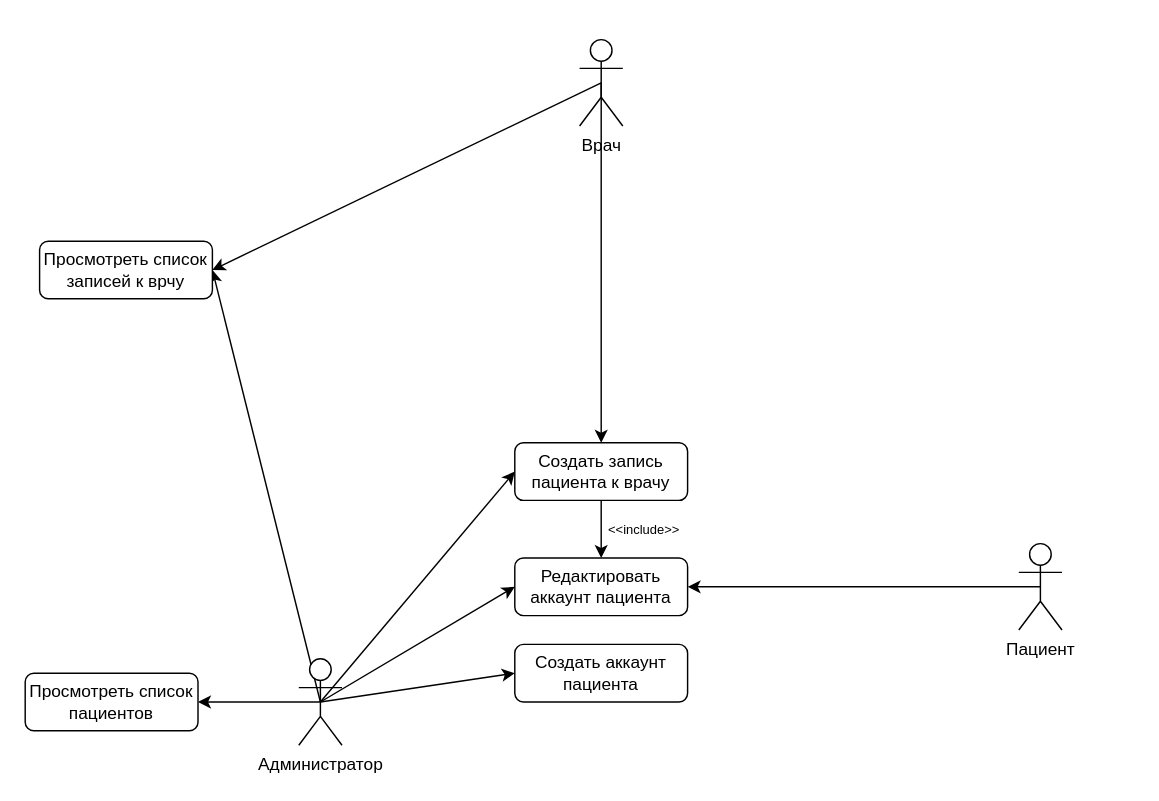
The draw.io diagram use case.drawio in arturyumaev/Bachelor-Diploma-Docs, before the edit. Source tidied: cells renumbered, new cells numbered last; positions are measured from the earlier drawing's top-left corner, leaving out a move shared by most shapes. Both pictures are drawn from the tidied source at 144%, with x=0, y=0 at pixel (24, 39).
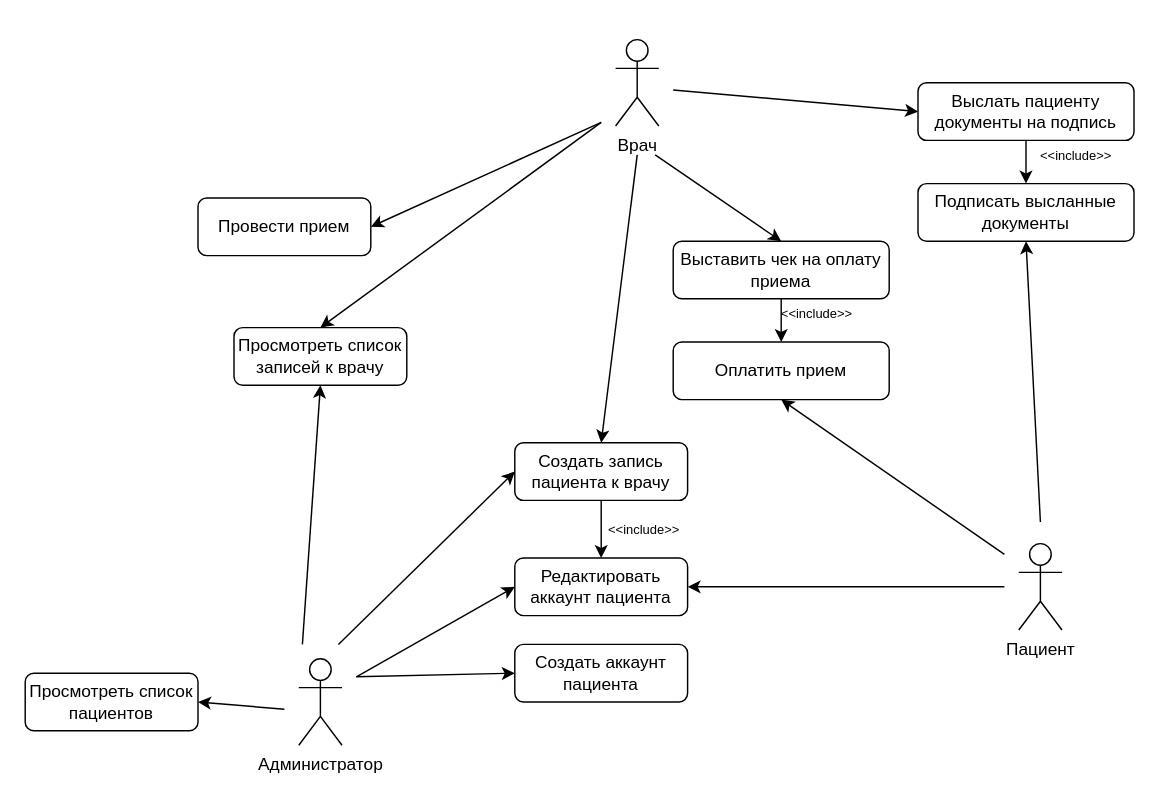
After the change.

Unchanged cells that the change refers to:
```xml
<mxCell id="6" value="Пациент" style="shape=umlActor;verticalLabelPosition=bottom;verticalAlign=top;html=1;outlineConnect=0;" parent="1" vertex="1">
  <mxGeometry x="690" y="350" width="30" height="60" as="geometry" />
</mxCell>
<mxCell id="12" value="Администратор" style="shape=umlActor;verticalLabelPosition=bottom;verticalAlign=top;html=1;outlineConnect=0;" parent="1" vertex="1">
  <mxGeometry x="190" y="430" width="30" height="60" as="geometry" />
</mxCell>
<mxCell id="13" value="Создать аккаунт пациента" style="rounded=1;whiteSpace=wrap;html=1;" parent="1" vertex="1">
  <mxGeometry x="340" y="420" width="120" height="40" as="geometry" />
</mxCell>
<mxCell id="15" value="Создать запись пациента к врачу" style="rounded=1;whiteSpace=wrap;html=1;" parent="1" vertex="1">
  <mxGeometry x="340" y="280" width="120" height="40" as="geometry" />
</mxCell>
<mxCell id="16" value="Редактировать аккаунт пациента" style="rounded=1;whiteSpace=wrap;html=1;" parent="1" vertex="1">
  <mxGeometry x="340" y="360" width="120" height="40" as="geometry" />
</mxCell>
<mxCell id="18" value="Просмотреть список пациентов" style="rounded=1;whiteSpace=wrap;html=1;" parent="1" vertex="1">
  <mxGeometry y="440" width="120" height="40" as="geometry" />
</mxCell>
```

Change to the diagram source:
```diff
@@
-    <mxCell id="2" style="rounded=0;jettySize=auto;html=1;exitX=0.5;exitY=0.5;exitDx=0;exitDy=0;exitPerimeter=0;entryX=0.5;entryY=0;entryDx=0;entryDy=0;" parent="1" edge="1" source="4" target="15">
+    <mxCell id="2" style="rounded=0;jettySize=auto;html=1;exitX=0.5;exitY=1;exitDx=0;exitDy=0;entryX=0.5;entryY=0;entryDx=0;entryDy=0;" parent="1" edge="1" source="23" target="15">
       <mxGeometry relative="1" as="geometry" />
     </mxCell>
-    <mxCell id="3" style="edgeStyle=none;rounded=0;jettySize=auto;html=1;exitX=0.5;exitY=0.5;exitDx=0;exitDy=0;exitPerimeter=0;entryX=1;entryY=0.5;entryDx=0;entryDy=0;" parent="1" edge="1" source="4" target="19">
+    <mxCell id="3" style="edgeStyle=none;rounded=0;jettySize=auto;html=1;exitX=0;exitY=0.75;exitDx=0;exitDy=0;entryX=0.5;entryY=0;entryDx=0;entryDy=0;" parent="1" edge="1" source="23" target="19">
       <mxGeometry relative="1" as="geometry" />
     </mxCell>
     <mxCell id="4" value="Врач" style="shape=umlActor;verticalLabelPosition=bottom;verticalAlign=top;html=1;outlineConnect=0;" parent="1" vertex="1">
-      <mxGeometry x="385" width="30" height="60" as="geometry" />
+      <mxGeometry x="410" width="30" height="60" as="geometry" />
     </mxCell>
-    <mxCell id="5" style="edgeStyle=orthogonalEdgeStyle;curved=1;rounded=0;jettySize=auto;html=1;exitX=0.5;exitY=0.5;exitDx=0;exitDy=0;exitPerimeter=0;entryX=1;entryY=0.5;entryDx=0;entryDy=0;" parent="1" edge="1" source="6" target="16">
+    <mxCell id="5" style="edgeStyle=orthogonalEdgeStyle;curved=1;rounded=0;jettySize=auto;html=1;exitX=0;exitY=0.5;exitDx=0;exitDy=0;entryX=1;entryY=0.5;entryDx=0;entryDy=0;" parent="1" edge="1" source="27" target="16">
       <mxGeometry relative="1" as="geometry" />
     </mxCell>
@@
-    <mxCell id="7" style="rounded=0;jettySize=auto;html=1;exitX=0.5;exitY=0.5;exitDx=0;exitDy=0;exitPerimeter=0;entryX=0;entryY=0.5;entryDx=0;entryDy=0;" parent="1" edge="1" source="12" target="16">
+    <mxCell id="7" style="rounded=0;jettySize=auto;html=1;exitX=1;exitY=0.25;exitDx=0;exitDy=0;entryX=0;entryY=0.5;entryDx=0;entryDy=0;" parent="1" edge="1" source="24" target="16">
       <mxGeometry relative="1" as="geometry" />
     </mxCell>
-    <mxCell id="8" style="rounded=0;jettySize=auto;html=1;exitX=0.5;exitY=0.5;exitDx=0;exitDy=0;exitPerimeter=0;entryX=0;entryY=0.5;entryDx=0;entryDy=0;" parent="1" edge="1" source="12" target="13">
+    <mxCell id="8" style="rounded=0;jettySize=auto;html=1;exitX=1;exitY=0.25;exitDx=0;exitDy=0;entryX=0;entryY=0.5;entryDx=0;entryDy=0;" parent="1" edge="1" source="24" target="13">
       <mxGeometry relative="1" as="geometry" />
     </mxCell>
-    <mxCell id="9" style="rounded=0;jettySize=auto;html=1;exitX=0.5;exitY=0.5;exitDx=0;exitDy=0;exitPerimeter=0;entryX=0;entryY=0.5;entryDx=0;entryDy=0;" parent="1" edge="1" source="12" target="15">
+    <mxCell id="9" style="rounded=0;jettySize=auto;html=1;exitX=0.75;exitY=0;exitDx=0;exitDy=0;entryX=0;entryY=0.5;entryDx=0;entryDy=0;startArrow=none;" parent="1" edge="1" source="24" target="15">
       <mxGeometry relative="1" as="geometry" />
     </mxCell>
-    <mxCell id="10" style="edgeStyle=none;rounded=0;jettySize=auto;html=1;exitX=0.5;exitY=0.5;exitDx=0;exitDy=0;exitPerimeter=0;entryX=1;entryY=0.5;entryDx=0;entryDy=0;" parent="1" edge="1" source="12" target="18">
+    <mxCell id="10" style="edgeStyle=none;rounded=0;jettySize=auto;html=1;exitX=0;exitY=0.5;exitDx=0;exitDy=0;entryX=1;entryY=0.5;entryDx=0;entryDy=0;" parent="1" edge="1" source="24" target="18">
       <mxGeometry relative="1" as="geometry" />
     </mxCell>
-    <mxCell id="11" style="edgeStyle=none;rounded=0;jettySize=auto;html=1;exitX=0.5;exitY=0.5;exitDx=0;exitDy=0;exitPerimeter=0;entryX=1;entryY=0.5;entryDx=0;entryDy=0;" parent="1" edge="1" source="12" target="19">
+    <mxCell id="11" style="edgeStyle=none;rounded=0;jettySize=auto;html=1;exitX=0.25;exitY=0;exitDx=0;exitDy=0;entryX=0.5;entryY=1;entryDx=0;entryDy=0;" parent="1" edge="1" source="24" target="19">
       <mxGeometry relative="1" as="geometry" />
     </mxCell>
@@
-    <mxCell id="19" value="Просмотреть список записей к врчу" style="rounded=1;whiteSpace=wrap;html=1;" parent="1" vertex="1">
-      <mxGeometry x="10" y="140" width="120" height="40" as="geometry" />
+    <mxCell id="19" value="Просмотреть список записей к врачу" style="rounded=1;whiteSpace=wrap;html=1;" parent="1" vertex="1">
+      <mxGeometry x="145" y="200" width="120" height="40" as="geometry" />
     </mxCell>
+    <mxCell id="20" style="edgeStyle=none;rounded=0;jettySize=auto;html=1;exitX=0;exitY=0.75;exitDx=0;exitDy=0;entryX=1;entryY=0.5;entryDx=0;entryDy=0;" parent="1" edge="1" source="23" target="28">
+      <mxGeometry relative="1" as="geometry" />
+    </mxCell>
+    <mxCell id="21" style="edgeStyle=none;rounded=0;jettySize=auto;html=1;exitX=1;exitY=0.5;exitDx=0;exitDy=0;entryX=0;entryY=0.5;entryDx=0;entryDy=0;" parent="1" edge="1" source="23" target="30">
+      <mxGeometry relative="1" as="geometry" />
+    </mxCell>
+    <mxCell id="22" style="edgeStyle=none;rounded=0;jettySize=auto;html=1;exitX=0.75;exitY=1;exitDx=0;exitDy=0;entryX=0.5;entryY=0;entryDx=0;entryDy=0;" parent="1" edge="1" source="23" target="34">
+      <mxGeometry relative="1" as="geometry" />
+    </mxCell>
+    <mxCell id="23" style="rounded=1;whiteSpace=wrap;html=1;fillColor=none;strokeColor=none;" parent="1" vertex="1">
+      <mxGeometry x="400" y="-10" width="50" height="90" as="geometry" />
+    </mxCell>
+    <mxCell id="24" style="rounded=1;whiteSpace=wrap;html=1;fillColor=none;strokeColor=none;" parent="1" vertex="1">
+      <mxGeometry x="180" y="420" width="50" height="90" as="geometry" />
+    </mxCell>
+    <mxCell id="25" style="edgeStyle=none;rounded=0;jettySize=auto;html=1;exitX=0.5;exitY=0;exitDx=0;exitDy=0;entryX=0.5;entryY=1;entryDx=0;entryDy=0;" parent="1" edge="1" source="27" target="31">
+      <mxGeometry relative="1" as="geometry" />
+    </mxCell>
+    <mxCell id="26" style="edgeStyle=none;rounded=0;jettySize=auto;html=1;exitX=0;exitY=0.25;exitDx=0;exitDy=0;entryX=0.5;entryY=1;entryDx=0;entryDy=0;" parent="1" edge="1" source="27" target="35">
+      <mxGeometry relative="1" as="geometry" />
+    </mxCell>
+    <mxCell id="27" style="rounded=1;whiteSpace=wrap;html=1;fillColor=none;strokeColor=none;" parent="1" vertex="1">
+      <mxGeometry x="680" y="335" width="50" height="90" as="geometry" />
+    </mxCell>
+    <mxCell id="28" value="Провести прием" style="rounded=1;whiteSpace=wrap;html=1;" parent="1" vertex="1">
+      <mxGeometry x="120" y="110" width="120" height="40" as="geometry" />
+    </mxCell>
+    <mxCell id="29" style="edgeStyle=none;rounded=0;jettySize=auto;html=1;exitX=0.5;exitY=1;exitDx=0;exitDy=0;entryX=0.5;entryY=0;entryDx=0;entryDy=0;" parent="1" edge="1" source="30" target="31">
+      <mxGeometry relative="1" as="geometry" />
+    </mxCell>
+    <mxCell id="30" value="Выслать пациенту документы на подпись" style="rounded=1;whiteSpace=wrap;html=1;" parent="1" vertex="1">
+      <mxGeometry x="620" y="30" width="150" height="40" as="geometry" />
+    </mxCell>
+    <mxCell id="31" value="Подписать высланные документы" style="rounded=1;whiteSpace=wrap;html=1;" parent="1" vertex="1">
+      <mxGeometry x="620" y="100" width="150" height="40" as="geometry" />
+    </mxCell>
+    <mxCell id="32" value="&lt;font style=&quot;font-size: 9px&quot;&gt;&amp;lt;&amp;lt;include&amp;gt;&amp;gt;&lt;/font&gt;" style="text;html=1;strokeColor=none;fillColor=none;align=center;verticalAlign=middle;whiteSpace=wrap;rounded=0;" parent="1" vertex="1">
+      <mxGeometry x="710" y="70" width="40" height="20" as="geometry" />
+    </mxCell>
+    <mxCell id="33" style="edgeStyle=none;rounded=0;jettySize=auto;html=1;exitX=0.5;exitY=1;exitDx=0;exitDy=0;entryX=0.5;entryY=0;entryDx=0;entryDy=0;" parent="1" edge="1" source="34" target="35">
+      <mxGeometry relative="1" as="geometry" />
+    </mxCell>
+    <mxCell id="34" value="Выставить чек на оплату приема" style="rounded=1;whiteSpace=wrap;html=1;" parent="1" vertex="1">
+      <mxGeometry x="450" y="140" width="150" height="40" as="geometry" />
+    </mxCell>
+    <mxCell id="35" value="Оплатить прием" style="rounded=1;whiteSpace=wrap;html=1;" parent="1" vertex="1">
+      <mxGeometry x="450" y="210" width="150" height="40" as="geometry" />
+    </mxCell>
+    <mxCell id="36" value="&lt;font style=&quot;font-size: 9px&quot;&gt;&amp;lt;&amp;lt;include&amp;gt;&amp;gt;&lt;/font&gt;" style="text;html=1;strokeColor=none;fillColor=none;align=center;verticalAlign=middle;whiteSpace=wrap;rounded=0;" parent="1" vertex="1">
+      <mxGeometry x="530" y="180" width="40" height="20" as="geometry" />
+    </mxCell>
```
